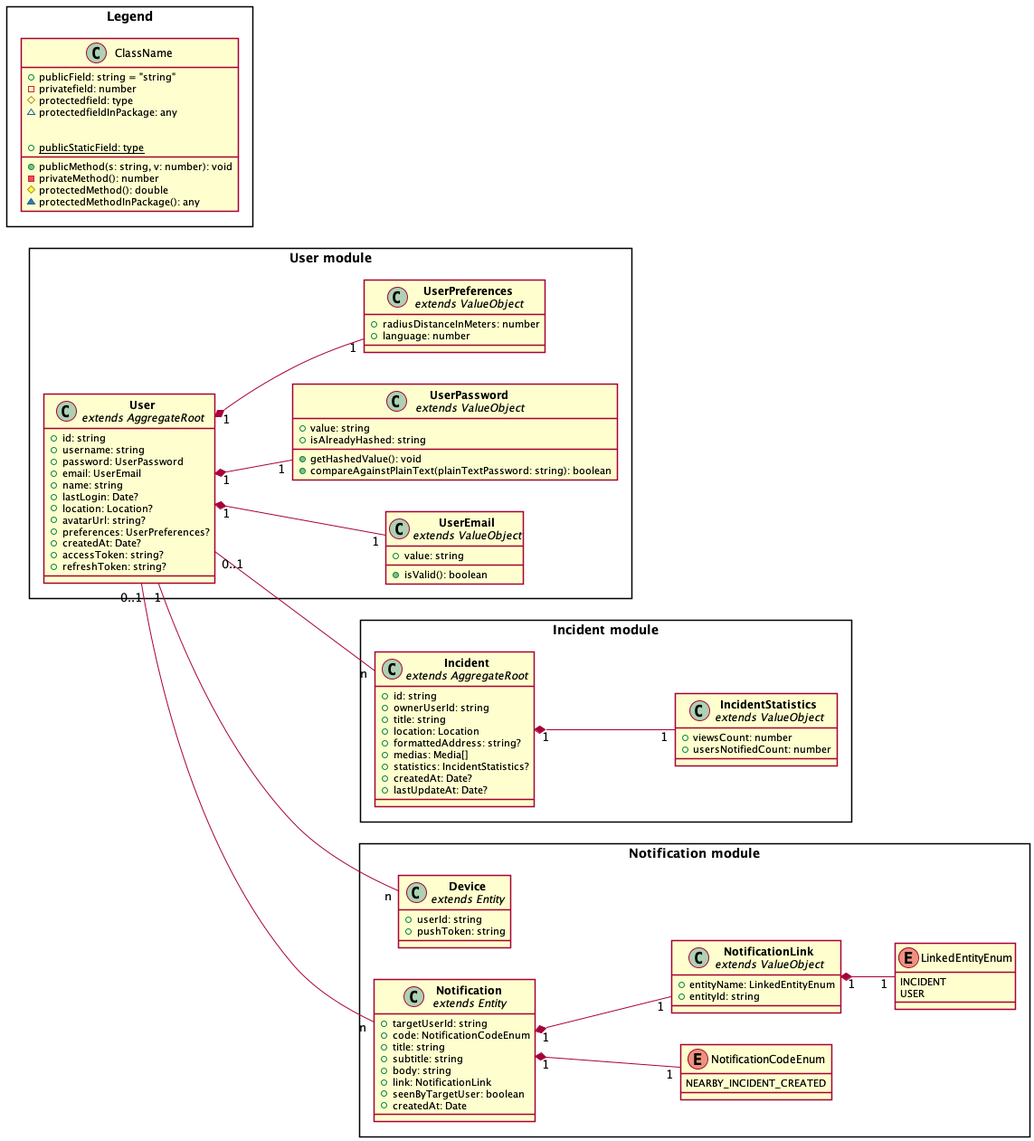
Above: docs/diagrams/out/system_server_all-modules_domain-entities.png in brpapa/lazarus (PlantUML), before the change. Its diagram source:
```plantuml
@startuml system_server_all-modules_domain-entities
left to right direction

skinparam classAttributeIconSize 10
skinparam shadowing false


package "Incident module" <<Rectangle>> {
  class Incident as "**Incident**\n//extends AggregateRoot//" {
    + id: string
    + ownerUserId: string
    + title: string
    + location: Location
    + formattedAddress: string?
    + medias: Media[]
    + statistics: IncidentStatistics?
    + createdAt: Date?
    + lastUpdateAt: Date?
  }
  class IncidentStatistics as "**IncidentStatistics**\n//extends ValueObject//" {
    + viewsCount: number
    + usersNotifiedCount: number
  }
  Incident "1" *-- "1" IncidentStatistics
}

package "User module" <<Rectangle>> {
  class User as "**User**\n//extends AggregateRoot//" {
    + id: string
    + username: string
    + password: UserPassword
    + email: UserEmail
    + name: string
    + lastLogin: Date?
    + location: Location?
    + avatarUrl: string?
    + preferences: UserPreferences?
    + createdAt: Date?
    + accessToken: string?
    + refreshToken: string?
  }
  class UserEmail as "**UserEmail**\n//extends ValueObject//" {
    + value: string
    + isValid(): boolean
  }
  class UserPassword as "**UserPassword**\n//extends ValueObject//" {
    + value: string
    + isAlreadyHashed: string
    + getHashedValue(): void
    + compareAgainstPlainText(plainTextPassword: string): boolean
  }
  class UserPreferences as "**UserPreferences**\n//extends ValueObject//" {
    + radiusDistanceInMeters: number
    + language: number
  }
  User "1" *-- "1" UserEmail
  User "1" *-- "1" UserPassword
  User "1" *-- "1" UserPreferences
}

package "Notification module" <<Rectangle>> {
  class Device as "**Device**\n//extends Entity//" {
    + userId: string
    + pushToken: string
  }
  class Notification as "**Notification**\n//extends Entity//" {
    + targetUserId: string
    + code: NotificationCodeEnum
    + title: string
    + subtitle: string
    + body: string
    + link: NotificationLink
    + seenByTargetUser: boolean
    + createdAt: Date
  }
  enum NotificationCodeEnum {
    NEARBY_INCIDENT_CREATED
  }
  class NotificationLink as "**NotificationLink**\n//extends ValueObject//" {
    + entityName: LinkedEntityEnum
    + entityId: string
  }
  enum LinkedEntityEnum {
    INCIDENT
    USER
  }
  Notification "1" *-- "1" NotificationCodeEnum
  Notification "1" *-- "1" NotificationLink
  NotificationLink "1" *-- "1" LinkedEntityEnum
}

User "0..1" -- "n" Notification
User "0..1" -- "n" Incident
User "1" -- "n" Device


package Legend <<Rectangle>> {
  class ClassName {
    {field} + publicField: string = "string"
    {field} - privatefield: number
    {field} # protectedfield: type
    {field} ~ protectedfieldInPackage: any

    {method} + publicMethod(s: string, v: number): void
    {method} - privateMethod(): number
    {method} # protectedMethod(): double
    {method} ~ protectedMethodInPackage(): any

    {static} + publicStaticField: type
  }
}

@enduml
```
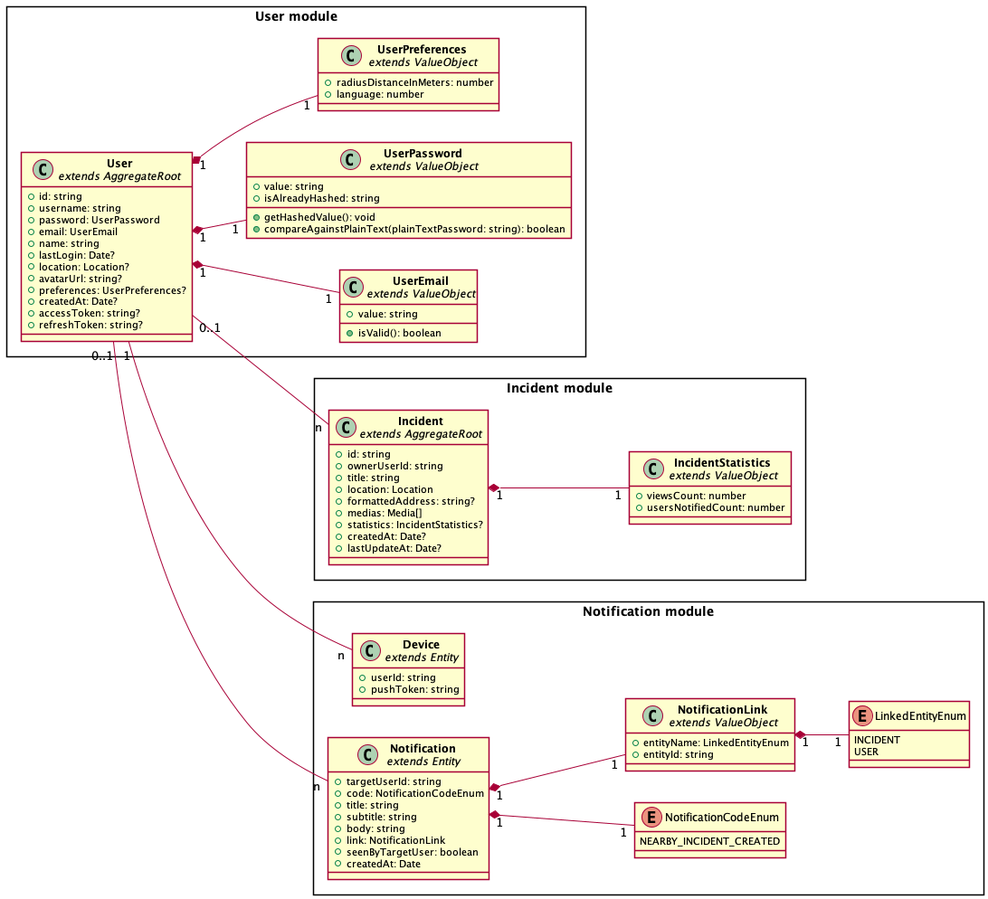
After the change.

What changed in the source:
```diff
@@ -94,20 +94,7 @@
 User "1" -- "n" Device
 
 
-package Legend <<Rectangle>> {
-  class ClassName {
-    {field} + publicField: string = "string"
-    {field} - privatefield: number
-    {field} # protectedfield: type
-    {field} ~ protectedfieldInPackage: any
 
-    {method} + publicMethod(s: string, v: number): void
-    {method} - privateMethod(): number
-    {method} # protectedMethod(): double
-    {method} ~ protectedMethodInPackage(): any
 
-    {static} + publicStaticField: type
-  }
-}
 
 @enduml
```
